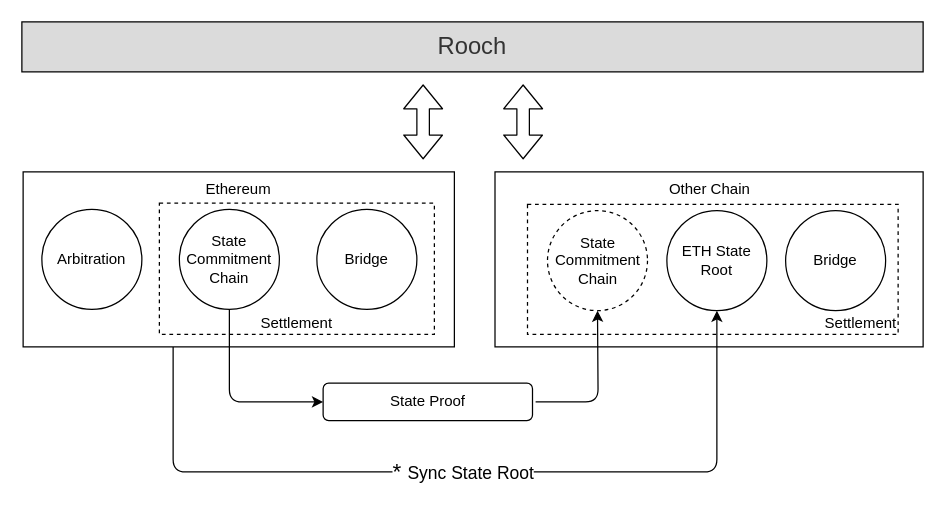
Above: page "multi-chain-layer2" (13 of 20) of static/diagram/rooch.drawio in rooch-network/rooch-network.github.io (draw.io), before the change. Source tidied: cells renumbered, new cells numbered last; positions are measured from the earlier drawing's top-left corner, leaving out a move shared by most shapes. Both pictures are drawn from the tidied source at 125%, with x=0, y=0 at pixel (21, 21).
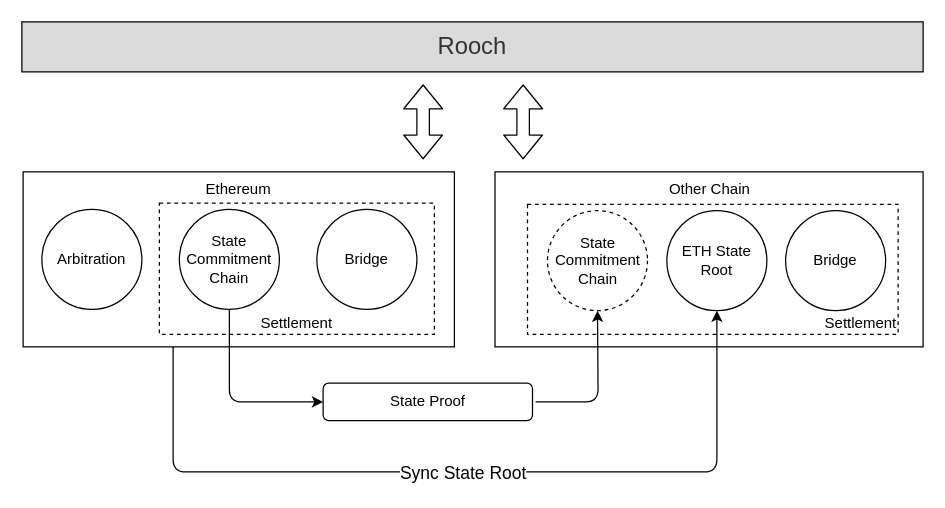
The same page after the edit.

Unchanged cells that the change refers to:
```xml
<mxCell id="18" value="ETH State Root" style="ellipse;whiteSpace=wrap;html=1;" parent="1" vertex="1">
  <mxGeometry x="516" y="151" width="80" height="80" as="geometry" />
</mxCell>
```

The edit, as a diff of the source:
```diff
@@
-    <mxCell id="17" value="&lt;font style=&quot;font-size: 18px;&quot;&gt;* &lt;/font&gt;&lt;font style=&quot;font-size: 14px;&quot;&gt;Sync State Root&lt;/font&gt;" style="edgeStyle=none;html=1;exitX=0.5;exitY=1;exitDx=0;exitDy=0;fontSize=18;startArrow=classic;startFill=1;endArrow=none;endFill=0;" parent="1" edge="1" source="18">
+    <mxCell id="17" value="&lt;font style=&quot;font-size: 14px;&quot;&gt;Sync State Root&lt;/font&gt;" style="edgeStyle=none;html=1;exitX=0.5;exitY=1;exitDx=0;exitDy=0;fontSize=18;startArrow=classic;startFill=1;endArrow=none;endFill=0;" parent="1" edge="1" source="18">
       <mxGeometry relative="1" as="geometry">
         <mxPoint x="121" y="260" as="targetPoint" />
         <Array as="points">
           <mxPoint x="556" y="360" />
           <mxPoint x="121" y="360" />
         </Array>
       </mxGeometry>
     </mxCell>
```
